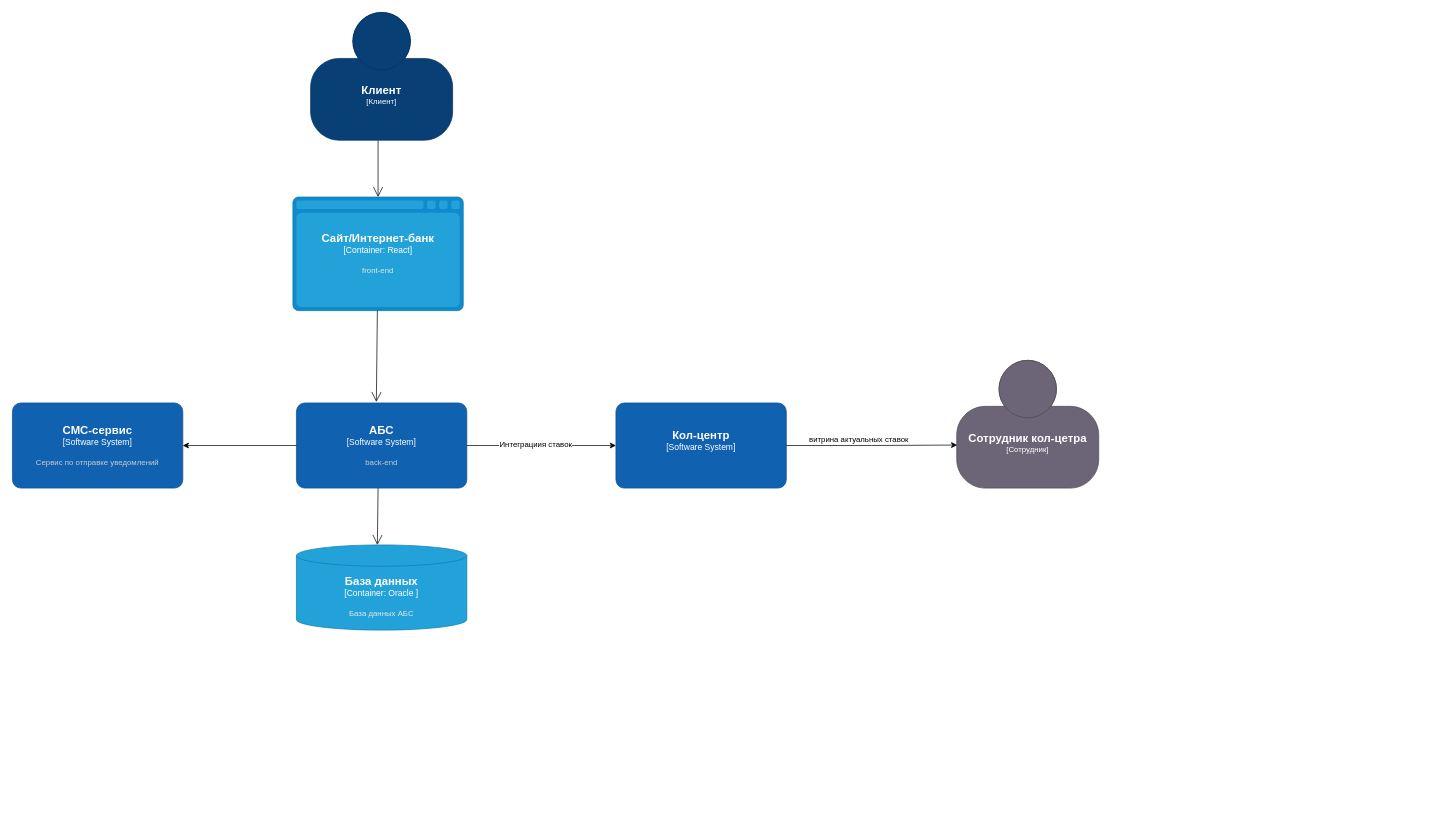
This is page "C4 Container" (2 of 2) of Exc4/task4.drawio from 6-abs-dev/YP-sprint-9, a draw.io file, before an edit. Source tidied: cells renumbered, new cells numbered last; positions are measured from the earlier drawing's top-left corner, leaving out a move shared by most shapes. Both pictures are drawn from the tidied source at 71%, with x=0, y=0 at pixel (12, 12).
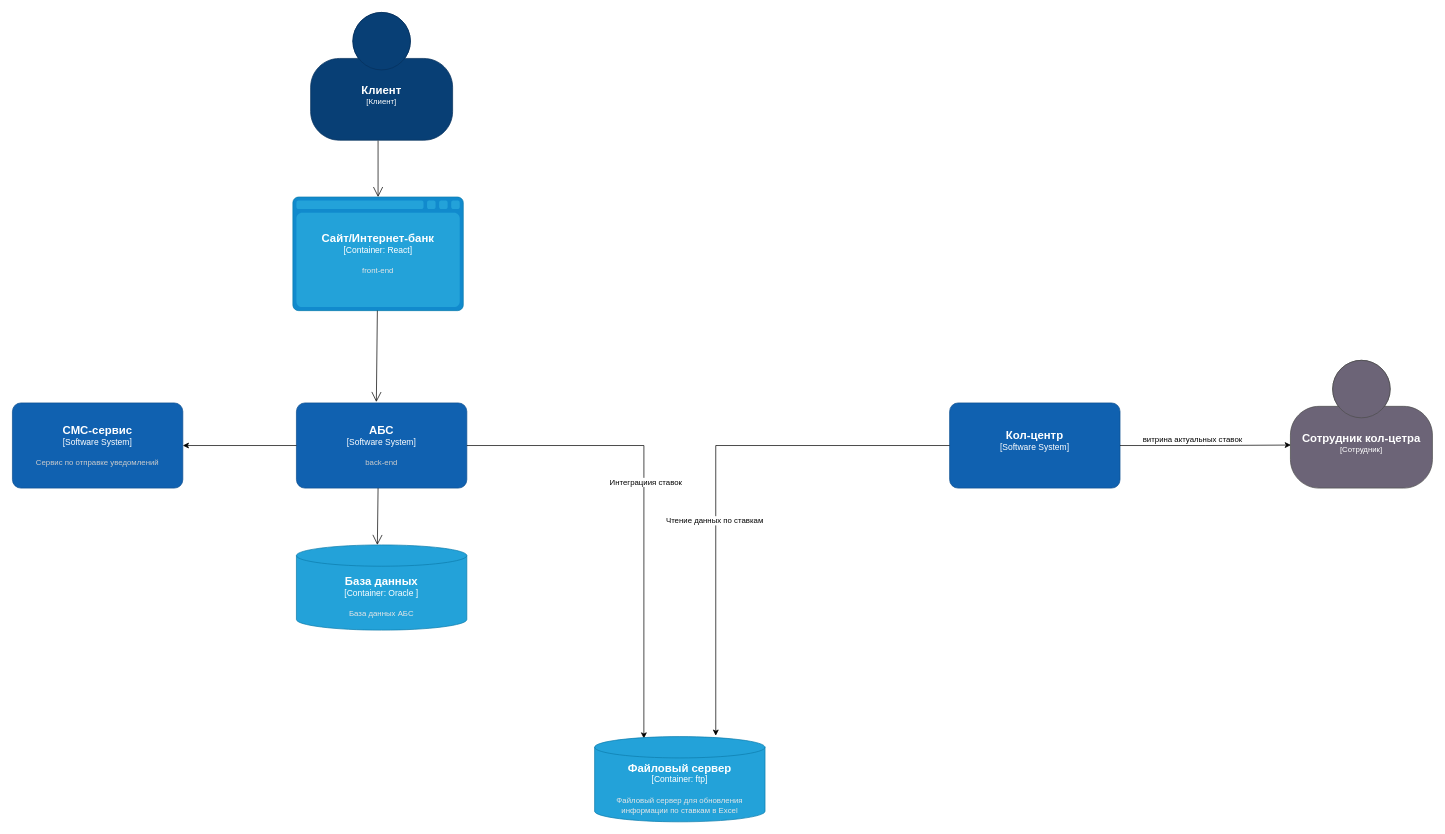
Above is the later version.

Unchanged cells that the change refers to:
```xml
<object id="3" label="&lt;font style=&quot;font-size: 16px&quot;&gt;&lt;b&gt;%c4Name%&lt;/b&gt;&lt;/font&gt;&lt;div&gt;[%c4Type%]&lt;/div&gt;&lt;br&gt;&lt;div&gt;&lt;font style=&quot;font-size: 11px&quot;&gt;&lt;font color=&quot;#cccccc&quot;&gt;%c4Description%&lt;/font&gt;&lt;/div&gt;" c4Description="back-end" c4Name="АБС" c4Type="Software System" placeholders="1">
  <mxCell style="rounded=1;whiteSpace=wrap;html=1;labelBackgroundColor=none;fillColor=#1061B0;fontColor=#ffffff;align=center;arcSize=10;strokeColor=#0D5091;points=[[0.25,0,0],[0.5,0,0],[0.75,0,0],[1,0.25,0],[1,0.5,0],[1,0.75,0],[0.75,1,0],[0.5,1,0],[0.25,1,0],[0,0.75,0],[0,0.5,0],[0,0.25,0]];" parent="1" vertex="1">
    <mxGeometry x="400" y="550" width="240" height="120" as="geometry" />
  </mxCell>
</object>
```

What changed in the source:
```diff
@@
     <object id="11" label="&lt;font style=&quot;font-size: 16px&quot;&gt;&lt;b&gt;%c4Name%&lt;/b&gt;&lt;/font&gt;&lt;div&gt;[%c4Type%]&lt;/div&gt;&lt;br&gt;&lt;div&gt;&lt;font style=&quot;font-size: 11px&quot;&gt;&lt;font color=&quot;#cccccc&quot;&gt;%c4Description%&lt;/font&gt;&lt;/div&gt;" c4Description="" c4Name="Сотрудник кол-цетра" c4Type="Сотрудник" placeholders="1">
       <mxCell style="html=1;fontSize=11;dashed=0;whiteSpace=wrap;fillColor=#6C6477;strokeColor=#4D4D4D;fontColor=#ffffff;shape=mxgraph.c4.person2;align=center;points=[[0.5,0,0],[1,0.5,0],[1,0.75,0],[0.75,1,0],[0.5,1,0],[0.25,1,0],[0,0.75,0],[0,0.5,0]];" parent="1" vertex="1">
-        <mxGeometry x="1330" y="490" width="200" height="180" as="geometry" />
+        <mxGeometry x="1800" y="490" width="200" height="180" as="geometry" />
       </mxCell>
     </object>
     <object id="12" label="&lt;font style=&quot;font-size: 16px&quot;&gt;&lt;b&gt;%c4Name%&lt;/b&gt;&lt;/font&gt;&lt;div&gt;[%c4Type%]&lt;/div&gt;&lt;br&gt;&lt;div&gt;&lt;font style=&quot;font-size: 11px&quot;&gt;&lt;font color=&quot;#cccccc&quot;&gt;%c4Description%&lt;/font&gt;&lt;/div&gt;" c4Description="" c4Name="Кол-центр" c4Type="Software System" placeholders="1">
       <mxCell style="rounded=1;whiteSpace=wrap;html=1;labelBackgroundColor=none;fillColor=#1061B0;fontColor=#ffffff;align=center;arcSize=10;strokeColor=#0D5091;points=[[0.25,0,0],[0.5,0,0],[0.75,0,0],[1,0.25,0],[1,0.5,0],[1,0.75,0],[0.75,1,0],[0.5,1,0],[0.25,1,0],[0,0.75,0],[0,0.5,0],[0,0.25,0]];" parent="1" vertex="1">
-        <mxGeometry x="850" y="550" width="240" height="120" as="geometry" />
+        <mxGeometry x="1320" y="550" width="240" height="120" as="geometry" />
       </mxCell>
     </object>
-    <mxCell id="13" style="edgeStyle=orthogonalEdgeStyle;rounded=0;jettySize=auto;html=1;entryX=0;entryY=0.5;entryDx=0;entryDy=0;entryPerimeter=0;" parent="1" edge="1" source="3" target="12">
+    <mxCell id="13" style="edgeStyle=orthogonalEdgeStyle;rounded=0;jettySize=auto;html=1;entryX=0.289;entryY=0.022;entryDx=0;entryDy=0;entryPerimeter=0;" parent="1" edge="1" source="3" target="17">
       <mxGeometry relative="1" as="geometry" />
     </mxCell>
@@
+    <object id="17" label="&lt;font style=&quot;font-size: 16px&quot;&gt;&lt;b&gt;%c4Name%&lt;/b&gt;&lt;/font&gt;&lt;div&gt;[%c4Type%:&amp;nbsp;%c4Technology%]&lt;/div&gt;&lt;br&gt;&lt;div&gt;&lt;font style=&quot;font-size: 11px&quot;&gt;&lt;font color=&quot;#E6E6E6&quot;&gt;%c4Description%&lt;/font&gt;&lt;/div&gt;" c4Description="Файловый сервер для обновления информации по ставкам в Excel" c4Name="Файловый сервер" c4Technology="ftp" c4Type="Container" placeholders="1">
+      <mxCell style="shape=cylinder3;size=15;whiteSpace=wrap;html=1;boundedLbl=1;rounded=0;labelBackgroundColor=none;fillColor=#23A2D9;fontSize=12;fontColor=#ffffff;align=center;strokeColor=#0E7DAD;points=[[0.5,0,0],[1,0.25,0],[1,0.5,0],[1,0.75,0],[0.5,1,0],[0,0.75,0],[0,0.5,0],[0,0.25,0]];" parent="1" vertex="1">
+        <mxGeometry x="820" y="1020" width="240" height="120" as="geometry" />
+      </mxCell>
+    </object>
+    <mxCell id="18" style="edgeStyle=orthogonalEdgeStyle;rounded=0;jettySize=auto;html=1;entryX=0.711;entryY=-0.011;entryDx=0;entryDy=0;entryPerimeter=0;" parent="1" edge="1" source="12" target="17">
+      <mxGeometry relative="1" as="geometry" />
+    </mxCell>
+    <mxCell id="19" value="Чтение данных по ставкам" style="edgeLabel;html=1;align=center;verticalAlign=middle;" parent="18" vertex="1">
+      <mxGeometry x="0.18" y="-2" relative="1" as="geometry" />
+    </mxCell>
```
